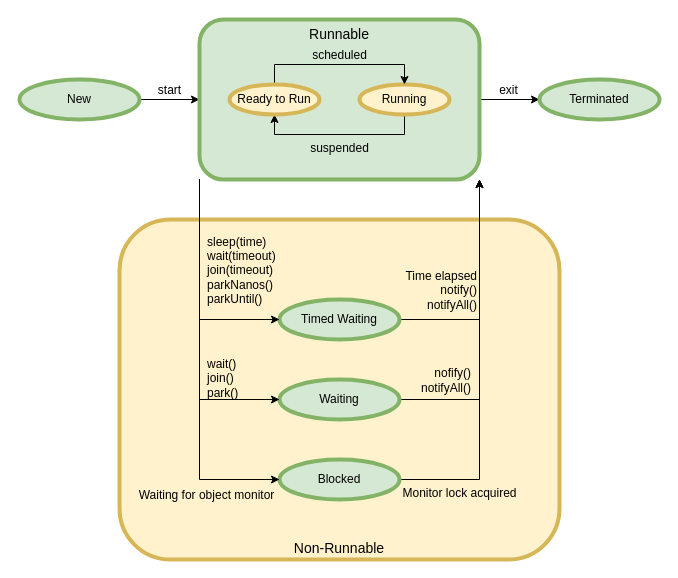
YufuMxl/geek_java_practise keeps this draw.io diagram as homework/src/main/resources/Java 线程状态流转图.drawio. Above is the earlier version. Source tidied: cells renumbered, new cells numbered last; positions are measured from the earlier drawing's top-left corner, leaving out a move shared by most shapes. Both pictures are drawn from the tidied source at 100%, with x=0, y=0 at pixel (19, 19).
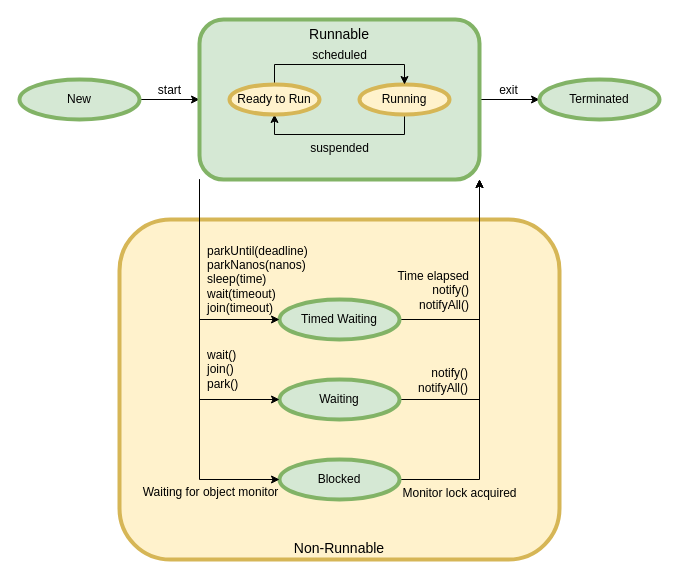
Above is the later version.

Commit message:
Update Java 线程状态流转图.drawio

The change refers to these unchanged cells:
```xml
<mxCell id="5" style="edgeStyle=orthogonalEdgeStyle;rounded=0;jettySize=auto;html=1;exitX=1;exitY=0.5;exitDx=0;exitDy=0;labelBackgroundColor=none;fontSize=12;entryX=1;entryY=1;entryDx=0;entryDy=0;" parent="1" edge="1" source="7" target="22">
  <mxGeometry relative="1" as="geometry">
    <Array as="points">
      <mxPoint x="460" y="380" />
    </Array>
  </mxGeometry>
</mxCell>
<mxCell id="8" style="edgeStyle=orthogonalEdgeStyle;rounded=0;jettySize=auto;html=1;exitX=1;exitY=0.5;exitDx=0;exitDy=0;entryX=1;entryY=1;entryDx=0;entryDy=0;labelBackgroundColor=none;fontSize=12;" parent="1" edge="1" source="10" target="22">
  <mxGeometry relative="1" as="geometry">
    <Array as="points">
      <mxPoint x="460" y="300" />
    </Array>
  </mxGeometry>
</mxCell>
<mxCell id="10" value="Timed Waiting" style="ellipse;whiteSpace=wrap;html=1;fillColor=#d5e8d4;strokeColor=#82b366;strokeWidth=4;" parent="1" vertex="1">
  <mxGeometry x="260" y="280" width="120" height="40" as="geometry" />
</mxCell>
<mxCell id="18" style="edgeStyle=orthogonalEdgeStyle;rounded=0;jettySize=auto;html=1;exitX=0;exitY=1;exitDx=0;exitDy=0;entryX=0;entryY=0.5;entryDx=0;entryDy=0;labelBackgroundColor=none;fontSize=12;" parent="1" edge="1" source="22" target="7">
  <mxGeometry relative="1" as="geometry" />
</mxCell>
<mxCell id="20" style="edgeStyle=orthogonalEdgeStyle;rounded=0;jettySize=auto;html=1;exitX=0;exitY=1;exitDx=0;exitDy=0;entryX=0;entryY=0.5;entryDx=0;entryDy=0;labelBackgroundColor=none;fontSize=12;" parent="1" edge="1" source="22" target="13">
  <mxGeometry relative="1" as="geometry" />
</mxCell>
<mxCell id="22" value="Runnable" style="rounded=1;whiteSpace=wrap;html=1;fillColor=#d5e8d4;strokeColor=#82b366;strokeWidth=4;align=center;verticalAlign=top;fontSize=14;" parent="1" vertex="1">
  <mxGeometry x="180" width="280" height="160" as="geometry" />
</mxCell>
```

Change to the diagram source:
```diff
@@
-    <mxCell id="6" value="&lt;div&gt;nofify()&lt;/div&gt;&lt;div&gt;notifyAll()&lt;br&gt;&lt;/div&gt;" style="edgeLabel;html=1;align=right;verticalAlign=middle;fontSize=12;labelBackgroundColor=none;" parent="5" vertex="1">
+    <mxCell id="6" value="&lt;div&gt;notify()&lt;/div&gt;&lt;div&gt;notifyAll()&lt;br&gt;&lt;/div&gt;" style="edgeLabel;html=1;align=right;verticalAlign=middle;fontSize=12;labelBackgroundColor=none;" parent="5" vertex="1">
       <mxGeometry x="-0.7" y="-2" relative="1" as="geometry">
-        <mxPoint x="27" y="-22" as="offset" />
+        <mxPoint x="24" y="-22" as="offset" />
       </mxGeometry>
     </mxCell>
@@
     <mxCell id="9" value="&lt;div&gt;Time elapsed&lt;/div&gt;&lt;div&gt;notify()&lt;/div&gt;&lt;div&gt;notifyAll()&lt;br&gt;&lt;/div&gt;" style="edgeLabel;html=1;align=right;verticalAlign=middle;fontSize=12;labelBackgroundColor=none;" parent="8" vertex="1">
       <mxGeometry x="-0.69" y="1" relative="1" as="geometry">
-        <mxPoint x="44" y="-29" as="offset" />
+        <mxPoint x="36" y="-29" as="offset" />
       </mxGeometry>
     </mxCell>
@@
-    <mxCell id="16" style="edgeStyle=orthogonalEdgeStyle;rounded=0;jettySize=auto;html=1;exitX=0;exitY=1;exitDx=0;exitDy=0;entryX=0;entryY=0.5;entryDx=0;entryDy=0;fontSize=16;" parent="1" edge="1" source="22" target="10">
+    <mxCell id="16" style="edgeStyle=orthogonalEdgeStyle;rounded=0;jettySize=auto;html=1;exitX=0;exitY=1;exitDx=0;exitDy=0;entryX=0;entryY=0.5;entryDx=0;entryDy=0;fontSize=12;" parent="1" edge="1" source="22" target="10">
       <mxGeometry relative="1" as="geometry" />
     </mxCell>
-    <mxCell id="17" value="&lt;div style=&quot;font-size: 12px;&quot;&gt;sleep(time)&lt;/div&gt;&lt;div style=&quot;font-size: 12px;&quot;&gt;wait(timeout)&lt;/div&gt;&lt;div style=&quot;font-size: 12px;&quot;&gt;join(timeout)&lt;/div&gt;&lt;div style=&quot;font-size: 12px;&quot;&gt;parkNanos()&lt;/div&gt;&lt;div style=&quot;font-size: 12px;&quot;&gt;parkUntil()&lt;br style=&quot;font-size: 12px;&quot;&gt;&lt;/div&gt;" style="edgeLabel;html=1;align=left;verticalAlign=middle;fontSize=12;labelBackgroundColor=none;" parent="16" vertex="1">
+    <mxCell id="17" value="&lt;div style=&quot;font-size: 12px&quot;&gt;parkUntil(deadline)&lt;/div&gt;&lt;div style=&quot;font-size: 12px&quot;&gt;parkNanos(nanos)&lt;/div&gt;&lt;div style=&quot;font-size: 12px&quot;&gt;sleep(time)&lt;/div&gt;&lt;div style=&quot;font-size: 12px&quot;&gt;wait(timeout)&lt;/div&gt;&lt;div style=&quot;font-size: 12px&quot;&gt;join(timeout)&lt;/div&gt;" style="edgeLabel;html=1;align=left;verticalAlign=middle;fontSize=12;labelBackgroundColor=none;" parent="16" vertex="1">
       <mxGeometry x="-0.69" y="1" relative="1" as="geometry">
-        <mxPoint x="5" y="57" as="offset" />
+        <mxPoint x="5" y="66" as="offset" />
       </mxGeometry>
     </mxCell>
@@
     <mxCell id="19" value="&lt;div&gt;wait()&lt;/div&gt;&lt;div&gt;join()&lt;/div&gt;&lt;div&gt;park()&lt;br&gt;&lt;/div&gt;" style="edgeLabel;html=1;align=left;verticalAlign=middle;fontSize=12;labelBackgroundColor=none;" parent="18" vertex="1">
       <mxGeometry x="0.18" y="1" relative="1" as="geometry">
-        <mxPoint x="5" y="22" as="offset" />
+        <mxPoint x="5" y="13" as="offset" />
       </mxGeometry>
     </mxCell>
@@
     <mxCell id="21" value="&lt;div&gt;Waiting for object monitor&lt;br&gt;&lt;/div&gt;" style="edgeLabel;html=1;align=center;verticalAlign=top;fontSize=12;labelBackgroundColor=none;" parent="20" vertex="1">
       <mxGeometry x="0.46" y="2" relative="1" as="geometry">
-        <mxPoint x="4" y="25" as="offset" />
+        <mxPoint x="8" y="22" as="offset" />
       </mxGeometry>
     </mxCell>
```
